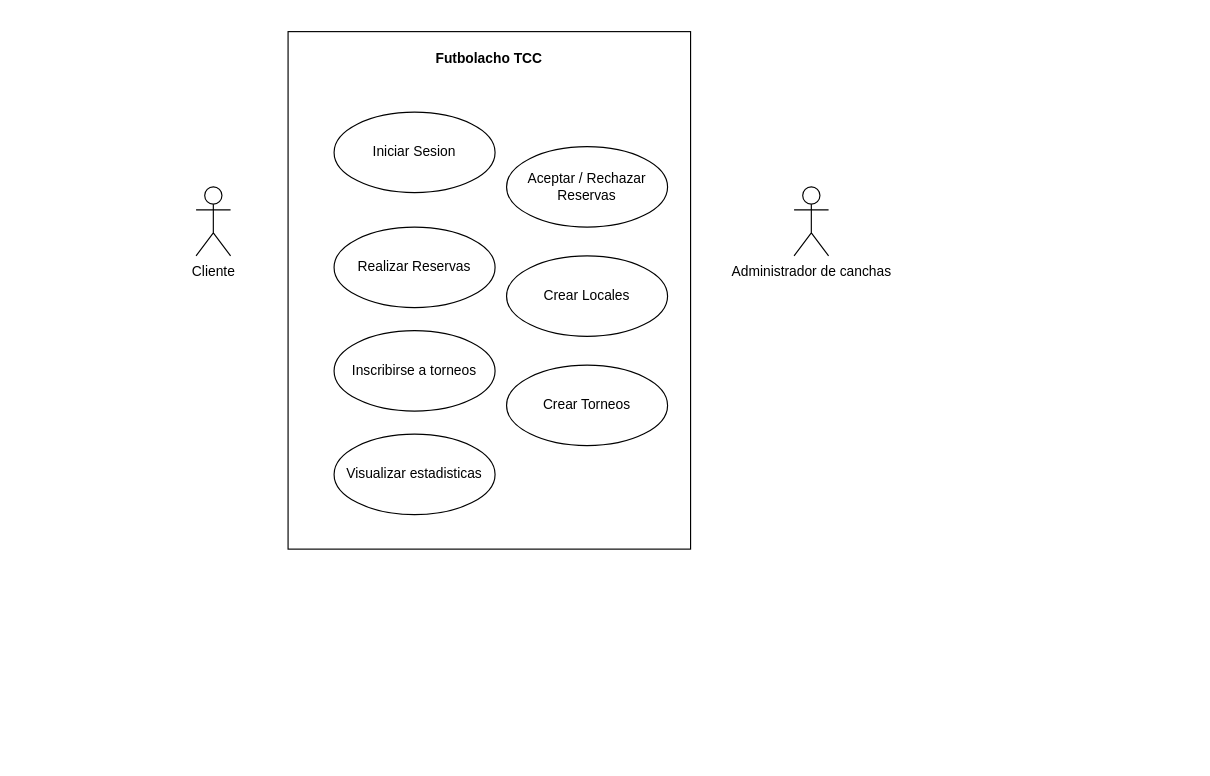
Above: cu_tcc_futbolacho.drawio in Oscar-Santacruz/FutbolachoTCC (draw.io), before the change. Source tidied: cells renumbered, new cells numbered last; positions are measured from the earlier drawing's top-left corner, leaving out a move shared by most shapes. Both pictures are drawn from the tidied source at 115%, with x=0, y=0 at pixel (195, 31).
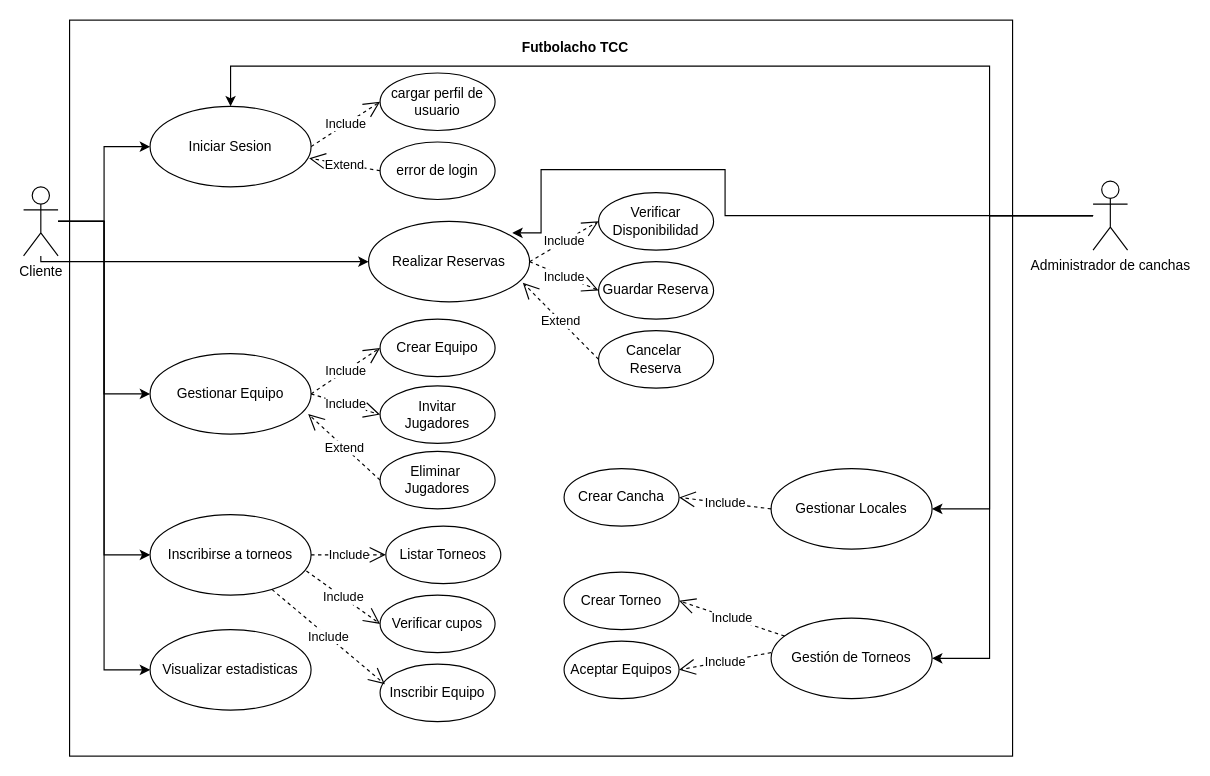
The same diagram, later.

The edit, as a diff of the source:
```diff
@@
     <mxCell id="2" style="html=1;" parent="1" vertex="1">
-      <mxGeometry x="80" width="350" height="450" as="geometry" />
+      <mxGeometry x="-110" y="-10" width="820" height="640" as="geometry" />
     </mxCell>
     <mxCell id="3" value="Futbolacho TCC" style="text;align=center;fontStyle=1;verticalAlign=middle;spacingLeft=3;spacingRight=3;strokeColor=none;" parent="1" vertex="1">
-      <mxGeometry x="215" y="10" width="80" height="26" as="geometry" />
+      <mxGeometry x="290" width="80" height="26" as="geometry" />
     </mxCell>
+    <mxCell id="13" style="edgeStyle=orthogonalEdgeStyle;rounded=0;jettySize=auto;html=1;" parent="1" edge="1" source="4" target="6">
+      <mxGeometry relative="1" as="geometry" />
+    </mxCell>
+    <mxCell id="14" style="edgeStyle=orthogonalEdgeStyle;rounded=0;jettySize=auto;html=1;entryX=0;entryY=0.5;entryDx=0;entryDy=0;" parent="1" edge="1" source="4" target="9">
+      <mxGeometry relative="1" as="geometry">
+        <Array as="points">
+          <mxPoint x="-80" y="165" />
+          <mxPoint x="-80" y="555" />
+        </Array>
+      </mxGeometry>
+    </mxCell>
+    <mxCell id="15" style="edgeStyle=orthogonalEdgeStyle;rounded=0;jettySize=auto;html=1;entryX=0;entryY=0.5;entryDx=0;entryDy=0;" parent="1" edge="1" source="4" target="7">
+      <mxGeometry relative="1" as="geometry">
+        <Array as="points">
+          <mxPoint x="-135" y="200" />
+        </Array>
+      </mxGeometry>
+    </mxCell>
+    <mxCell id="16" style="edgeStyle=orthogonalEdgeStyle;rounded=0;jettySize=auto;html=1;entryX=0;entryY=0.5;entryDx=0;entryDy=0;" parent="1" edge="1" source="4" target="8">
+      <mxGeometry relative="1" as="geometry" />
+    </mxCell>
+    <mxCell id="17" style="edgeStyle=orthogonalEdgeStyle;rounded=0;jettySize=auto;html=1;entryX=0;entryY=0.5;entryDx=0;entryDy=0;" parent="1" edge="1" source="4" target="34">
+      <mxGeometry relative="1" as="geometry" />
+    </mxCell>
     <mxCell id="4" value="Cliente" style="shape=umlActor;verticalLabelPosition=bottom;verticalAlign=top;html=1;" parent="1" vertex="1">
-      <mxGeometry y="135" width="30" height="60" as="geometry" />
+      <mxGeometry x="-150" y="135" width="30" height="60" as="geometry" />
     </mxCell>
+    <mxCell id="18" style="edgeStyle=orthogonalEdgeStyle;rounded=0;jettySize=auto;html=1;entryX=0.893;entryY=0.143;entryDx=0;entryDy=0;entryPerimeter=0;" parent="1" edge="1" target="7">
+      <mxGeometry relative="1" as="geometry">
+        <mxPoint x="780" y="160" as="sourcePoint" />
+        <Array as="points">
+          <mxPoint x="460" y="160" />
+          <mxPoint x="460" y="120" />
+          <mxPoint x="300" y="120" />
+          <mxPoint x="300" y="175" />
+        </Array>
+      </mxGeometry>
+    </mxCell>
+    <mxCell id="19" style="edgeStyle=orthogonalEdgeStyle;rounded=0;jettySize=auto;html=1;entryX=1;entryY=0.5;entryDx=0;entryDy=0;" parent="1" edge="1" source="5" target="11">
+      <mxGeometry relative="1" as="geometry">
+        <Array as="points">
+          <mxPoint x="690" y="160" />
+          <mxPoint x="690" y="415" />
+        </Array>
+      </mxGeometry>
+    </mxCell>
+    <mxCell id="20" style="edgeStyle=orthogonalEdgeStyle;rounded=0;jettySize=auto;html=1;entryX=1;entryY=0.5;entryDx=0;entryDy=0;" parent="1" edge="1" source="5" target="12">
+      <mxGeometry relative="1" as="geometry">
+        <Array as="points">
+          <mxPoint x="690" y="160" />
+          <mxPoint x="690" y="545" />
+        </Array>
+      </mxGeometry>
+    </mxCell>
+    <mxCell id="21" style="edgeStyle=orthogonalEdgeStyle;rounded=0;jettySize=auto;html=1;entryX=0.5;entryY=0;entryDx=0;entryDy=0;" parent="1" edge="1" source="5" target="6">
+      <mxGeometry relative="1" as="geometry">
+        <Array as="points">
+          <mxPoint x="690" y="160" />
+          <mxPoint x="690" y="30" />
+          <mxPoint x="30" y="30" />
+        </Array>
+      </mxGeometry>
+    </mxCell>
     <mxCell id="5" value="Administrador de canchas" style="shape=umlActor;verticalLabelPosition=bottom;verticalAlign=top;html=1;" parent="1" vertex="1">
-      <mxGeometry x="520" y="135" width="30" height="60" as="geometry" />
+      <mxGeometry x="780" y="130" width="30" height="60" as="geometry" />
     </mxCell>
     <mxCell id="6" value="Iniciar Sesion" style="ellipse;whiteSpace=wrap;html=1;" parent="1" vertex="1">
-      <mxGeometry x="120" y="70" width="140" height="70" as="geometry" />
+      <mxGeometry x="-40" y="65" width="140" height="70" as="geometry" />
     </mxCell>
     <mxCell id="7" value="Realizar Reservas" style="ellipse;whiteSpace=wrap;html=1;" parent="1" vertex="1">
-      <mxGeometry x="120" y="170" width="140" height="70" as="geometry" />
+      <mxGeometry x="150" y="165" width="140" height="70" as="geometry" />
     </mxCell>
     <mxCell id="8" value="Inscribirse a torneos" style="ellipse;whiteSpace=wrap;html=1;" parent="1" vertex="1">
-      <mxGeometry x="120" y="260" width="140" height="70" as="geometry" />
+      <mxGeometry x="-40" y="420" width="140" height="70" as="geometry" />
     </mxCell>
     <mxCell id="9" value="Visualizar estadisticas" style="ellipse;whiteSpace=wrap;html=1;" parent="1" vertex="1">
-      <mxGeometry x="120" y="350" width="140" height="70" as="geometry" />
+      <mxGeometry x="-40" y="520" width="140" height="70" as="geometry" />
     </mxCell>
-    <mxCell id="10" value="Aceptar / Rechazar&lt;br&gt;Reservas" style="ellipse;whiteSpace=wrap;html=1;" parent="1" vertex="1">
-      <mxGeometry x="270" y="100" width="140" height="70" as="geometry" />
-    </mxCell>
-    <mxCell id="11" value="Crear Locales" style="ellipse;whiteSpace=wrap;html=1;" parent="1" vertex="1">
-      <mxGeometry x="270" y="195" width="140" height="70" as="geometry" />
+    <mxCell id="11" value="Gestionar Locales" style="ellipse;whiteSpace=wrap;html=1;" parent="1" vertex="1">
+      <mxGeometry x="500" y="380" width="140" height="70" as="geometry" />
     </mxCell>
-    <mxCell id="12" value="Crear Torneos" style="ellipse;whiteSpace=wrap;html=1;" parent="1" vertex="1">
-      <mxGeometry x="270" y="290" width="140" height="70" as="geometry" />
+    <mxCell id="12" value="Gestión de Torneos" style="ellipse;whiteSpace=wrap;html=1;" parent="1" vertex="1">
+      <mxGeometry x="500" y="510" width="140" height="70" as="geometry" />
     </mxCell>
+    <mxCell id="22" value="cargar perfil de&lt;br&gt;usuario" style="ellipse;whiteSpace=wrap;html=1;" parent="1" vertex="1">
+      <mxGeometry x="160" y="36" width="100" height="50" as="geometry" />
+    </mxCell>
+    <mxCell id="23" value="error de login" style="ellipse;whiteSpace=wrap;html=1;" parent="1" vertex="1">
+      <mxGeometry x="160" y="96" width="100" height="50" as="geometry" />
+    </mxCell>
+    <mxCell id="24" value="Include" style="endArrow=open;endSize=12;dashed=1;html=1;exitX=1;exitY=0.5;exitDx=0;exitDy=0;entryX=0;entryY=0.5;entryDx=0;entryDy=0;" parent="1" edge="1" source="6" target="22">
+      <mxGeometry relative="1" as="geometry" />
+    </mxCell>
+    <mxCell id="25" value="Extend" style="endArrow=open;endSize=12;dashed=1;html=1;exitX=0;exitY=0.5;exitDx=0;exitDy=0;entryX=0.958;entryY=0.762;entryDx=0;entryDy=0;entryPerimeter=0;" parent="1" edge="1" source="41" target="7">
+      <mxGeometry relative="1" as="geometry" />
+    </mxCell>
+    <mxCell id="26" value="Verificar&lt;br&gt;Disponibilidad" style="ellipse;whiteSpace=wrap;html=1;" parent="1" vertex="1">
+      <mxGeometry x="350" y="140" width="100" height="50" as="geometry" />
+    </mxCell>
+    <mxCell id="27" value="Include" style="endArrow=open;endSize=12;dashed=1;html=1;exitX=1;exitY=0.5;exitDx=0;exitDy=0;entryX=0;entryY=0.5;entryDx=0;entryDy=0;" parent="1" edge="1" source="7" target="26">
+      <mxGeometry relative="1" as="geometry" />
+    </mxCell>
+    <mxCell id="28" value="Guardar Reserva" style="ellipse;whiteSpace=wrap;html=1;" parent="1" vertex="1">
+      <mxGeometry x="350" y="200" width="100" height="50" as="geometry" />
+    </mxCell>
+    <mxCell id="29" value="Include" style="endArrow=open;endSize=12;dashed=1;html=1;exitX=1;exitY=0.5;exitDx=0;exitDy=0;entryX=0;entryY=0.5;entryDx=0;entryDy=0;" parent="1" edge="1" source="7" target="28">
+      <mxGeometry relative="1" as="geometry" />
+    </mxCell>
+    <mxCell id="30" value="Listar Torneos" style="ellipse;whiteSpace=wrap;html=1;" parent="1" vertex="1">
+      <mxGeometry x="165" y="430" width="100" height="50" as="geometry" />
+    </mxCell>
+    <mxCell id="31" value="Include" style="endArrow=open;endSize=12;dashed=1;html=1;exitX=1;exitY=0.5;exitDx=0;exitDy=0;entryX=0;entryY=0.5;entryDx=0;entryDy=0;" parent="1" edge="1" source="8" target="30">
+      <mxGeometry relative="1" as="geometry" />
+    </mxCell>
+    <mxCell id="32" value="Verificar cupos" style="ellipse;whiteSpace=wrap;html=1;" parent="1" vertex="1">
+      <mxGeometry x="160" y="490" width="100" height="50" as="geometry" />
+    </mxCell>
+    <mxCell id="33" value="Include" style="endArrow=open;endSize=12;dashed=1;html=1;exitX=0.971;exitY=0.7;exitDx=0;exitDy=0;entryX=0;entryY=0.5;entryDx=0;entryDy=0;exitPerimeter=0;" parent="1" edge="1" source="8" target="32">
+      <mxGeometry relative="1" as="geometry" />
+    </mxCell>
+    <mxCell id="34" value="Gestionar Equipo" style="ellipse;whiteSpace=wrap;html=1;" parent="1" vertex="1">
+      <mxGeometry x="-40" y="280" width="140" height="70" as="geometry" />
+    </mxCell>
+    <mxCell id="35" value="Crear Equipo" style="ellipse;whiteSpace=wrap;html=1;" parent="1" vertex="1">
+      <mxGeometry x="160" y="250" width="100" height="50" as="geometry" />
+    </mxCell>
+    <mxCell id="36" value="Include" style="endArrow=open;endSize=12;dashed=1;html=1;exitX=1;exitY=0.5;exitDx=0;exitDy=0;entryX=0;entryY=0.5;entryDx=0;entryDy=0;" parent="1" edge="1" source="34" target="35">
+      <mxGeometry relative="1" as="geometry" />
+    </mxCell>
+    <mxCell id="37" value="Invitar&lt;br&gt;Jugadores" style="ellipse;whiteSpace=wrap;html=1;" parent="1" vertex="1">
+      <mxGeometry x="160" y="308" width="100" height="50" as="geometry" />
+    </mxCell>
+    <mxCell id="38" value="Include" style="endArrow=open;endSize=12;dashed=1;html=1;exitX=1;exitY=0.5;exitDx=0;exitDy=0;entryX=0;entryY=0.5;entryDx=0;entryDy=0;" parent="1" edge="1" source="34" target="37">
+      <mxGeometry relative="1" as="geometry" />
+    </mxCell>
+    <mxCell id="39" value="Eliminar&amp;nbsp;&lt;br&gt;Jugadores" style="ellipse;whiteSpace=wrap;html=1;" parent="1" vertex="1">
+      <mxGeometry x="160" y="365" width="100" height="50" as="geometry" />
+    </mxCell>
+    <mxCell id="40" value="Extend" style="endArrow=open;endSize=12;dashed=1;html=1;exitX=0;exitY=0.5;exitDx=0;exitDy=0;entryX=0.982;entryY=0.75;entryDx=0;entryDy=0;entryPerimeter=0;" parent="1" edge="1" source="39" target="34">
+      <mxGeometry relative="1" as="geometry" />
+    </mxCell>
+    <mxCell id="41" value="Cancelar&amp;nbsp;&lt;br&gt;Reserva" style="ellipse;whiteSpace=wrap;html=1;" parent="1" vertex="1">
+      <mxGeometry x="350" y="260" width="100" height="50" as="geometry" />
+    </mxCell>
+    <mxCell id="42" value="Inscribir Equipo" style="ellipse;whiteSpace=wrap;html=1;" parent="1" vertex="1">
+      <mxGeometry x="160" y="550" width="100" height="50" as="geometry" />
+    </mxCell>
+    <mxCell id="43" value="Include" style="endArrow=open;endSize=12;dashed=1;html=1;entryX=0.042;entryY=0.35;entryDx=0;entryDy=0;entryPerimeter=0;" parent="1" edge="1" source="8" target="42">
+      <mxGeometry relative="1" as="geometry" />
+    </mxCell>
+    <mxCell id="44" value="Extend" style="endArrow=open;endSize=12;dashed=1;html=1;exitX=0;exitY=0.5;exitDx=0;exitDy=0;entryX=0.988;entryY=0.643;entryDx=0;entryDy=0;entryPerimeter=0;" parent="1" edge="1" source="23" target="6">
+      <mxGeometry relative="1" as="geometry" />
+    </mxCell>
+    <mxCell id="45" value="Crear Cancha" style="ellipse;whiteSpace=wrap;html=1;" parent="1" vertex="1">
+      <mxGeometry x="320" y="380" width="100" height="50" as="geometry" />
+    </mxCell>
+    <mxCell id="46" value="Include" style="endArrow=open;endSize=12;dashed=1;html=1;exitX=0;exitY=0.5;exitDx=0;exitDy=0;entryX=1;entryY=0.5;entryDx=0;entryDy=0;" parent="1" edge="1" source="11" target="45">
+      <mxGeometry relative="1" as="geometry" />
+    </mxCell>
+    <mxCell id="47" value="Crear Torneo" style="ellipse;whiteSpace=wrap;html=1;" parent="1" vertex="1">
+      <mxGeometry x="320" y="470" width="100" height="50" as="geometry" />
+    </mxCell>
+    <mxCell id="48" value="Include" style="endArrow=open;endSize=12;dashed=1;html=1;entryX=1;entryY=0.5;entryDx=0;entryDy=0;" parent="1" edge="1" source="12" target="47">
+      <mxGeometry relative="1" as="geometry" />
+    </mxCell>
+    <mxCell id="49" value="Aceptar Equipos" style="ellipse;whiteSpace=wrap;html=1;" parent="1" vertex="1">
+      <mxGeometry x="320" y="530" width="100" height="50" as="geometry" />
+    </mxCell>
+    <mxCell id="50" value="Include" style="endArrow=open;endSize=12;dashed=1;html=1;entryX=1;entryY=0.5;entryDx=0;entryDy=0;" parent="1" edge="1" target="49">
+      <mxGeometry relative="1" as="geometry">
+        <mxPoint x="500" y="540" as="sourcePoint" />
+      </mxGeometry>
+    </mxCell>
```
